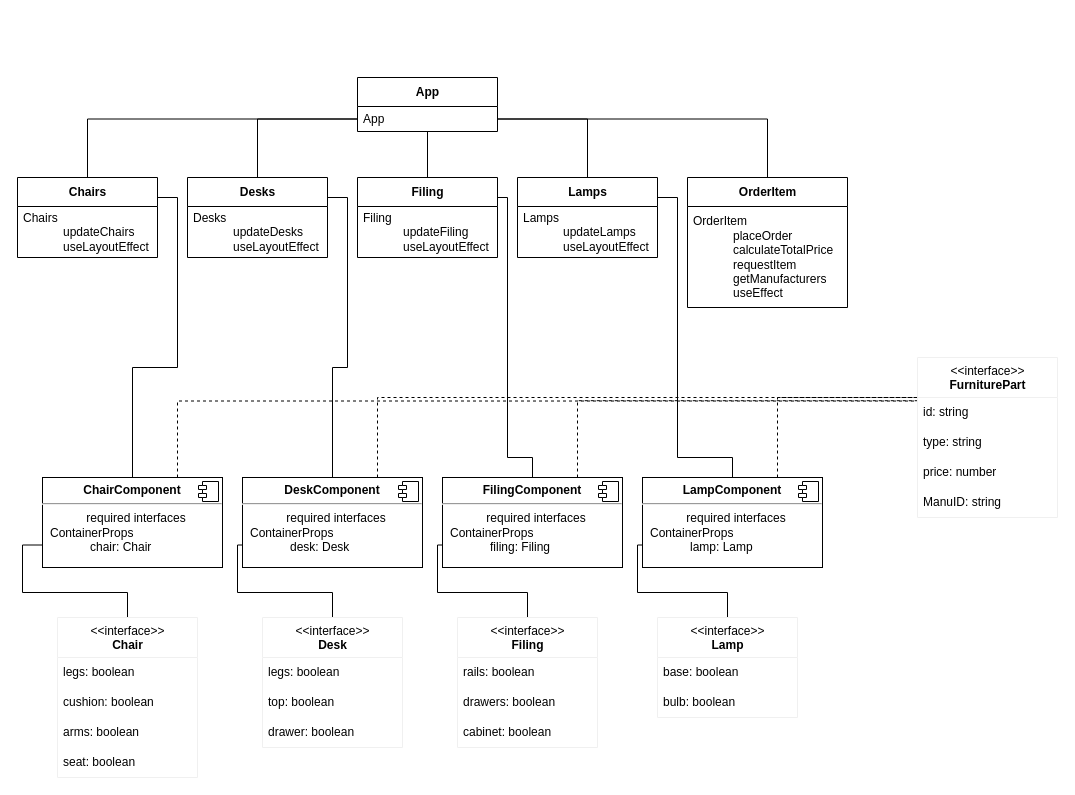
Earlier version of the draw.io diagram docs/frontend-diagram.drawio (RatikKapoor/reinventorii). Source tidied: cells renumbered, new cells numbered last; positions are measured from the earlier drawing's top-left corner, leaving out a move shared by most shapes. Both pictures are drawn from the tidied source at 100%, with x=0, y=0 at pixel (17, 77).
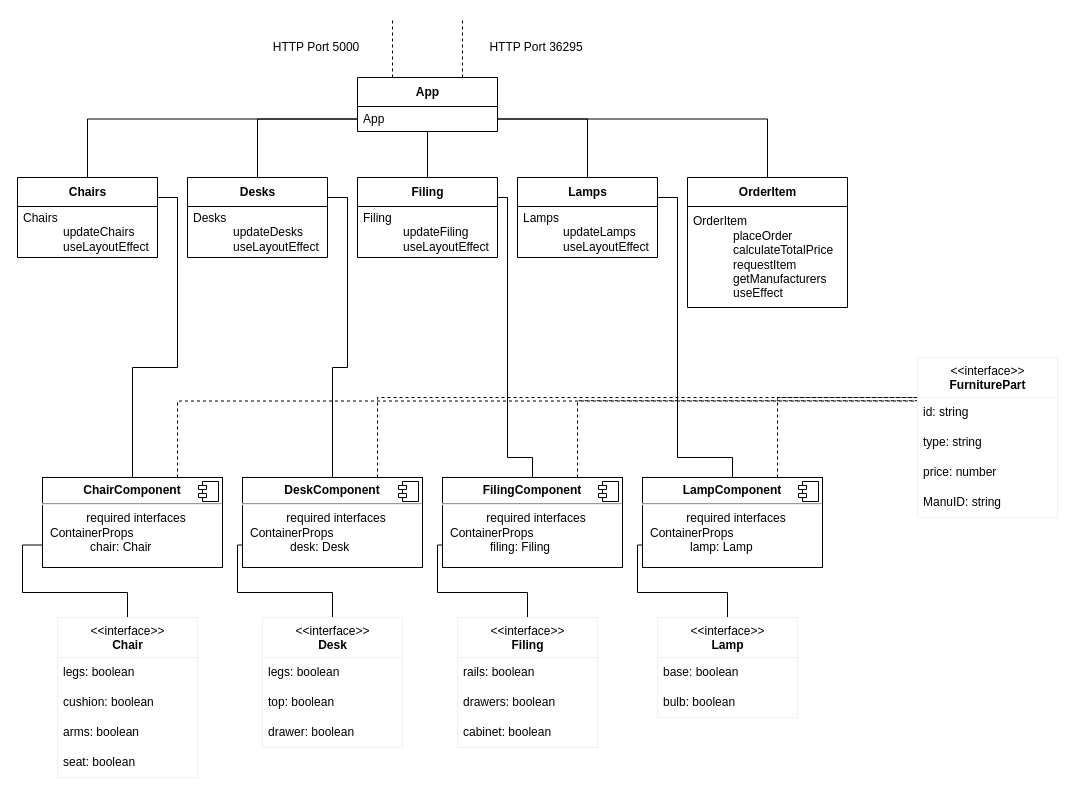
Above is the later version.

Commit message:
docs: added port connections to frontend diagram

The change refers to these unchanged cells:
```xml
<mxCell id="3" value="App" style="swimlane;fontStyle=1;align=center;verticalAlign=middle;horizontal=1;startSize=29;html=1;" parent="1" vertex="1">
  <mxGeometry x="340" width="140" height="54" as="geometry" />
</mxCell>
```

Change to the diagram source:
```diff
@@
+    <mxCell id="60" style="edgeStyle=orthogonalEdgeStyle;rounded=0;jettySize=auto;html=1;exitX=0.75;exitY=0;exitDx=0;exitDy=0;endArrow=none;endFill=0;dashed=1;" parent="1" edge="1" source="3">
+      <mxGeometry relative="1" as="geometry">
+        <mxPoint x="445" y="-60" as="targetPoint" />
+      </mxGeometry>
+    </mxCell>
+    <mxCell id="61" style="edgeStyle=orthogonalEdgeStyle;rounded=0;jettySize=auto;html=1;exitX=0.25;exitY=0;exitDx=0;exitDy=0;dashed=1;endArrow=none;endFill=0;" parent="1" edge="1" source="3">
+      <mxGeometry relative="1" as="geometry">
+        <mxPoint x="375" y="-60" as="targetPoint" />
+      </mxGeometry>
+    </mxCell>
@@
+    <mxCell id="62" value="HTTP Port 5000" style="text;html=1;strokeColor=none;fillColor=none;align=center;verticalAlign=middle;whiteSpace=wrap;rounded=0;" parent="1" vertex="1">
+      <mxGeometry x="249" y="-40" width="100" height="20" as="geometry" />
+    </mxCell>
+    <mxCell id="63" value="HTTP Port 36295" style="text;html=1;strokeColor=none;fillColor=none;align=center;verticalAlign=middle;whiteSpace=wrap;rounded=0;" parent="1" vertex="1">
+      <mxGeometry x="469" y="-40" width="100" height="20" as="geometry" />
+    </mxCell>
```
